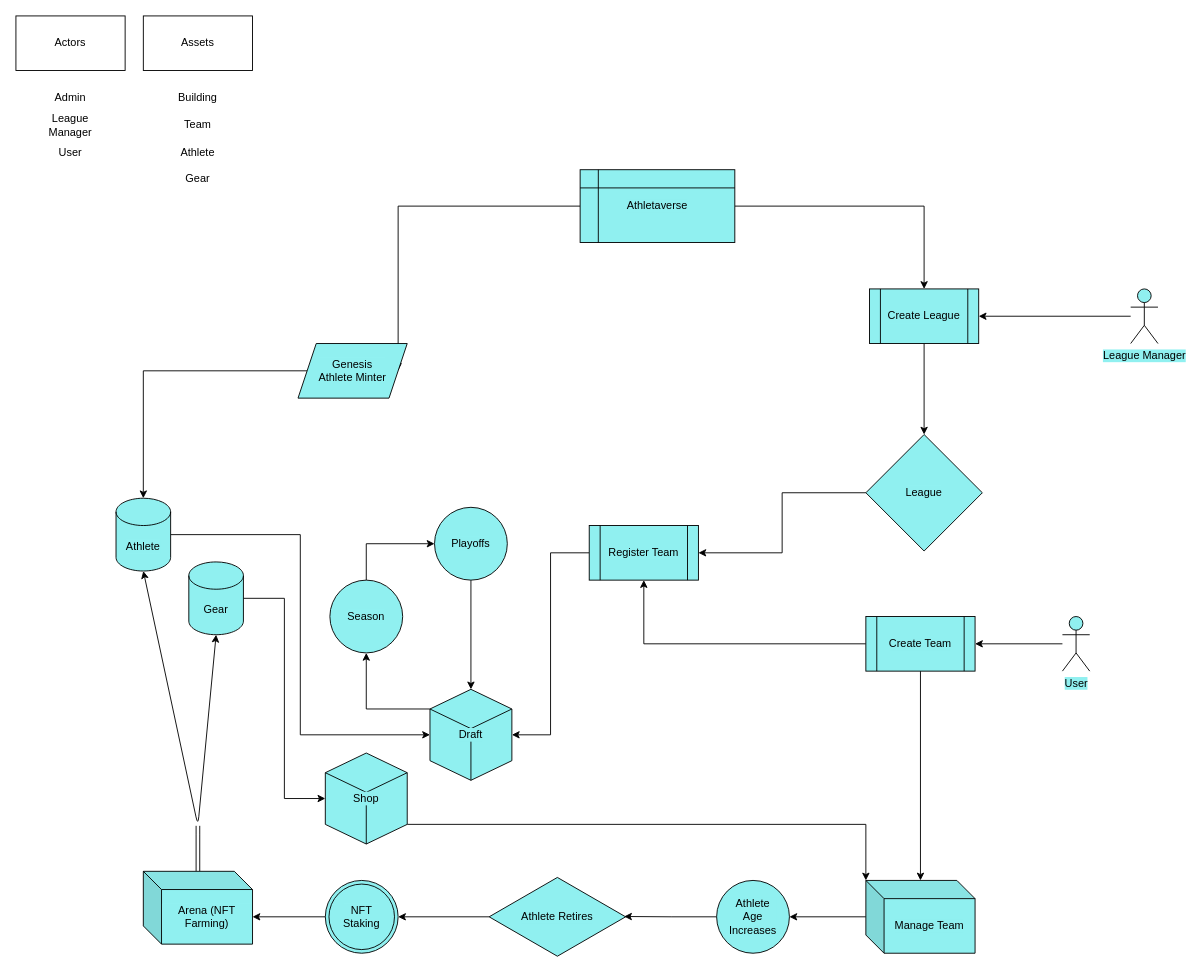
The draw.io diagram demo/Untitled Diagram.drawio in 0xAlchemist/Athletaverse, before the edit. Source tidied: cells renumbered, new cells numbered last; positions are measured from the earlier drawing's top-left corner, leaving out a move shared by most shapes. Both pictures are drawn from the tidied source at 91%, with x=0, y=0 at pixel (15, 15).
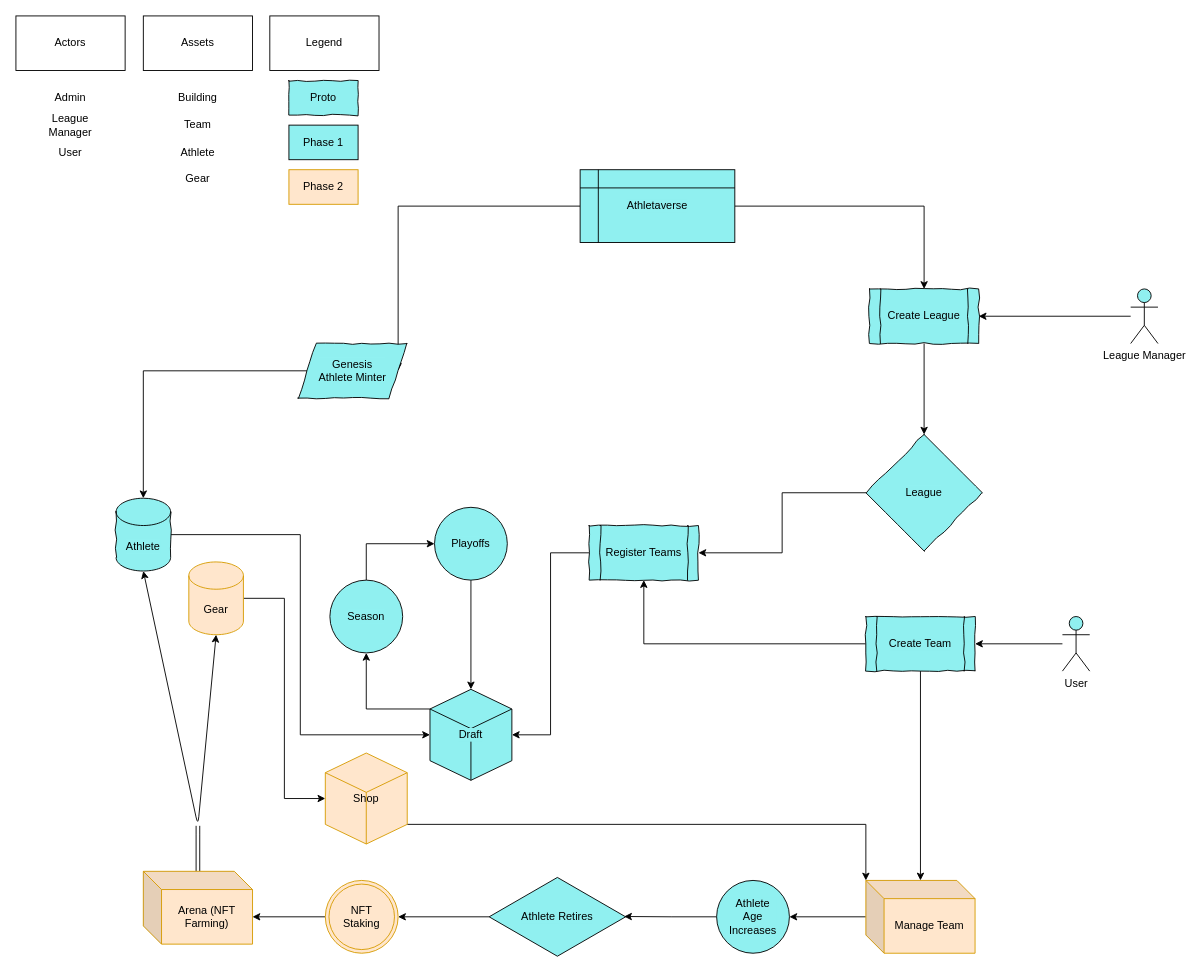
The same page after the edit.

Commit message:
legend and phases

Change to the diagram source:
```diff
@@
-    <mxCell id="12" value="League" style="rhombus;whiteSpace=wrap;html=1;shadow=0;labelBackgroundColor=#90F0F0;fillColor=#90F0F0;" parent="1" vertex="1">
+    <mxCell id="12" value="League" style="rhombus;whiteSpace=wrap;html=1;shadow=0;labelBackgroundColor=#90F0F0;fillColor=#90F0F0;comic=1;" parent="1" vertex="1">
       <mxGeometry x="934" y="460" width="128" height="128" as="geometry" />
     </mxCell>
@@
-    <mxCell id="14" value="Athlete" style="shape=cylinder3;whiteSpace=wrap;html=1;boundedLbl=1;backgroundOutline=1;size=15;shadow=0;labelBackgroundColor=#90F0F0;fillColor=#90F0F0;" parent="1" vertex="1">
+    <mxCell id="14" value="Athlete" style="shape=cylinder3;whiteSpace=wrap;html=1;boundedLbl=1;backgroundOutline=1;size=15;shadow=0;labelBackgroundColor=#90F0F0;fillColor=#90F0F0;comic=1;" parent="1" vertex="1">
       <mxGeometry x="110" y="530" width="60" height="80" as="geometry" />
     </mxCell>
@@
-    <mxCell id="16" value="Gear&lt;br&gt;" style="shape=cylinder3;whiteSpace=wrap;html=1;boundedLbl=1;backgroundOutline=1;size=15;shadow=0;labelBackgroundColor=#90F0F0;fillColor=#90F0F0;" parent="1" vertex="1">
+    <mxCell id="16" value="Gear&lt;br&gt;" style="shape=cylinder3;whiteSpace=wrap;html=1;boundedLbl=1;backgroundOutline=1;size=15;shadow=0;labelBackgroundColor=none;fillColor=#ffe6cc;comic=0;strokeColor=#d79b00;" parent="1" vertex="1">
       <mxGeometry x="190" y="600" width="60" height="80" as="geometry" />
     </mxCell>
@@
-    <mxCell id="18" value="Manage Team" style="shape=cube;whiteSpace=wrap;html=1;boundedLbl=1;backgroundOutline=1;darkOpacity=0.05;darkOpacity2=0.1;shadow=0;labelBackgroundColor=#90F0F0;fillColor=#90F0F0;" parent="1" vertex="1">
+    <mxCell id="18" value="Manage Team" style="shape=cube;whiteSpace=wrap;html=1;boundedLbl=1;backgroundOutline=1;darkOpacity=0.05;darkOpacity2=0.1;shadow=0;labelBackgroundColor=none;fillColor=#ffe6cc;strokeColor=#d79b00;" parent="1" vertex="1">
       <mxGeometry x="934" y="950" width="120" height="80" as="geometry" />
     </mxCell>
@@
-    <mxCell id="23" value="Arena (NFT Farming)" style="shape=cube;whiteSpace=wrap;html=1;boundedLbl=1;backgroundOutline=1;darkOpacity=0.05;darkOpacity2=0.1;shadow=0;labelBackgroundColor=#90F0F0;fillColor=#90F0F0;" parent="1" vertex="1">
+    <mxCell id="23" value="Arena (NFT Farming)" style="shape=cube;whiteSpace=wrap;html=1;boundedLbl=1;backgroundOutline=1;darkOpacity=0.05;darkOpacity2=0.1;shadow=0;labelBackgroundColor=none;fillColor=#ffe6cc;strokeColor=#d79b00;" parent="1" vertex="1">
       <mxGeometry x="140" y="940" width="120" height="80" as="geometry" />
     </mxCell>
@@
-    <mxCell id="26" value="NFT &lt;br&gt;Staking" style="ellipse;shape=doubleEllipse;whiteSpace=wrap;html=1;shadow=0;labelBackgroundColor=#90F0F0;fillColor=#90F0F0;" parent="1" vertex="1">
+    <mxCell id="26" value="NFT &lt;br&gt;Staking" style="ellipse;shape=doubleEllipse;whiteSpace=wrap;html=1;shadow=0;labelBackgroundColor=none;fillColor=#ffe6cc;strokeColor=#d79b00;" parent="1" vertex="1">
       <mxGeometry x="340" y="950" width="80" height="80" as="geometry" />
     </mxCell>
@@
-    <mxCell id="30" value="User" style="shape=umlActor;verticalLabelPosition=bottom;verticalAlign=top;html=1;outlineConnect=0;shadow=0;labelBackgroundColor=#90F0F0;fillColor=#90F0F0;" parent="1" vertex="1">
+    <mxCell id="30" value="User" style="shape=umlActor;verticalLabelPosition=bottom;verticalAlign=top;html=1;outlineConnect=0;shadow=0;labelBackgroundColor=none;fillColor=#90F0F0;" parent="1" vertex="1">
       <mxGeometry x="1150" y="660" width="30" height="60" as="geometry" />
     </mxCell>
@@
-    <mxCell id="32" value="Genesis &lt;br&gt;Athlete Minter" style="shape=parallelogram;perimeter=parallelogramPerimeter;whiteSpace=wrap;html=1;fixedSize=1;shadow=0;labelBackgroundColor=#90F0F0;fillColor=#90F0F0;" parent="1" vertex="1">
+    <mxCell id="32" value="Genesis &lt;br&gt;Athlete Minter" style="shape=parallelogram;perimeter=parallelogramPerimeter;whiteSpace=wrap;html=1;fixedSize=1;shadow=0;labelBackgroundColor=#90F0F0;fillColor=#90F0F0;comic=1;" parent="1" vertex="1">
       <mxGeometry x="310" y="360" width="120" height="60" as="geometry" />
     </mxCell>
@@
-    <mxCell id="34" value="Draft" style="html=1;whiteSpace=wrap;shape=isoCube2;backgroundOutline=1;isoAngle=15;shadow=0;labelBackgroundColor=#90F0F0;fillColor=#90F0F0;" parent="1" vertex="1">
+    <mxCell id="34" value="Draft" style="html=1;whiteSpace=wrap;shape=isoCube2;backgroundOutline=1;isoAngle=15;shadow=0;labelBackgroundColor=#90F0F0;fillColor=#90F0F0;comic=0;snapToPoint=0;" parent="1" vertex="1">
       <mxGeometry x="455" y="740" width="90" height="100" as="geometry" />
     </mxCell>
@@
-    <mxCell id="36" value="Shop" style="html=1;whiteSpace=wrap;shape=isoCube2;backgroundOutline=1;isoAngle=15;shadow=0;labelBackgroundColor=#90F0F0;fillColor=#90F0F0;" parent="1" vertex="1">
+    <mxCell id="36" value="Shop" style="html=1;whiteSpace=wrap;shape=isoCube2;backgroundOutline=1;isoAngle=15;shadow=0;labelBackgroundColor=none;fillColor=#ffe6cc;strokeColor=#d79b00;" parent="1" vertex="1">
       <mxGeometry x="340" y="810" width="90" height="100" as="geometry" />
     </mxCell>
@@
-    <mxCell id="39" value="Create Team" style="shape=process;whiteSpace=wrap;html=1;backgroundOutline=1;shadow=0;labelBackgroundColor=#90F0F0;fillColor=#90F0F0;" parent="1" vertex="1">
+    <mxCell id="39" value="Create Team" style="shape=process;whiteSpace=wrap;html=1;backgroundOutline=1;shadow=0;labelBackgroundColor=#90F0F0;fillColor=#90F0F0;comic=1;" parent="1" vertex="1">
       <mxGeometry x="934" y="660" width="120" height="60" as="geometry" />
     </mxCell>
@@
-    <mxCell id="43" value="Register Team" style="shape=process;whiteSpace=wrap;html=1;backgroundOutline=1;shadow=0;labelBackgroundColor=#90F0F0;fillColor=#90F0F0;" parent="1" vertex="1">
+    <mxCell id="43" value="Register Teams" style="shape=process;whiteSpace=wrap;html=1;backgroundOutline=1;shadow=0;labelBackgroundColor=#90F0F0;fillColor=#90F0F0;comic=1;" parent="1" vertex="1">
       <mxGeometry x="630" y="560" width="120" height="60" as="geometry" />
     </mxCell>
@@
-    <mxCell id="49" value="Create League" style="shape=process;whiteSpace=wrap;html=1;backgroundOutline=1;shadow=0;labelBackgroundColor=#90F0F0;fillColor=#90F0F0;" parent="1" vertex="1">
+    <mxCell id="49" value="Create League" style="shape=process;whiteSpace=wrap;html=1;backgroundOutline=1;shadow=0;labelBackgroundColor=#90F0F0;fillColor=#90F0F0;comic=1;" parent="1" vertex="1">
       <mxGeometry x="938" y="300" width="120" height="60" as="geometry" />
     </mxCell>
@@
-    <mxCell id="51" value="League Manager" style="shape=umlActor;verticalLabelPosition=bottom;verticalAlign=top;html=1;outlineConnect=0;shadow=0;labelBackgroundColor=#90F0F0;fillColor=#90F0F0;" parent="1" vertex="1">
+    <mxCell id="51" value="League Manager" style="shape=umlActor;verticalLabelPosition=bottom;verticalAlign=top;html=1;outlineConnect=0;shadow=0;labelBackgroundColor=none;fillColor=#90F0F0;" parent="1" vertex="1">
       <mxGeometry x="1225" y="300" width="30" height="60" as="geometry" />
     </mxCell>
+    <mxCell id="52" value="Legend" style="rounded=0;whiteSpace=wrap;html=1;" parent="1" vertex="1">
+      <mxGeometry x="279" width="120" height="60" as="geometry" />
+    </mxCell>
+    <mxCell id="53" value="Proto" style="rounded=0;whiteSpace=wrap;html=1;fillColor=#90F0F0;comic=1;" parent="1" vertex="1">
+      <mxGeometry x="300" y="71" width="76" height="38" as="geometry" />
+    </mxCell>
+    <mxCell id="54" value="Phase 2" style="rounded=0;whiteSpace=wrap;html=1;fillColor=#ffe6cc;strokeColor=#d79b00;" parent="1" vertex="1">
+      <mxGeometry x="300" y="169" width="76" height="38" as="geometry" />
+    </mxCell>
+    <mxCell id="55" value="Phase 1" style="rounded=0;whiteSpace=wrap;html=1;fillColor=#90F0F0;" parent="1" vertex="1">
+      <mxGeometry x="300" y="120" width="76" height="38" as="geometry" />
+    </mxCell>
```
